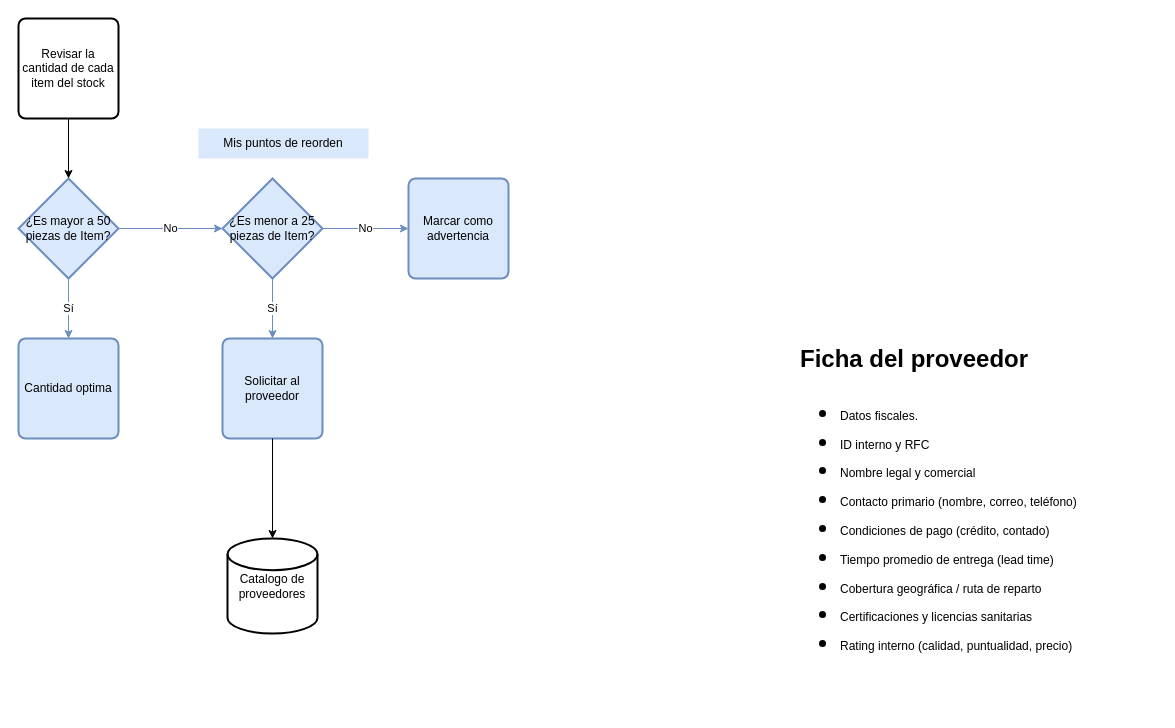
Earlier version of the draw.io diagram Módulo_Proceso_7.drawio (said-tj/Diagramas_de_flujo). Source tidied: cells renumbered, new cells numbered last; positions are measured from the earlier drawing's top-left corner, leaving out a move shared by most shapes. Both pictures are drawn from the tidied source at 100%, with x=0, y=0 at pixel (18, 18).
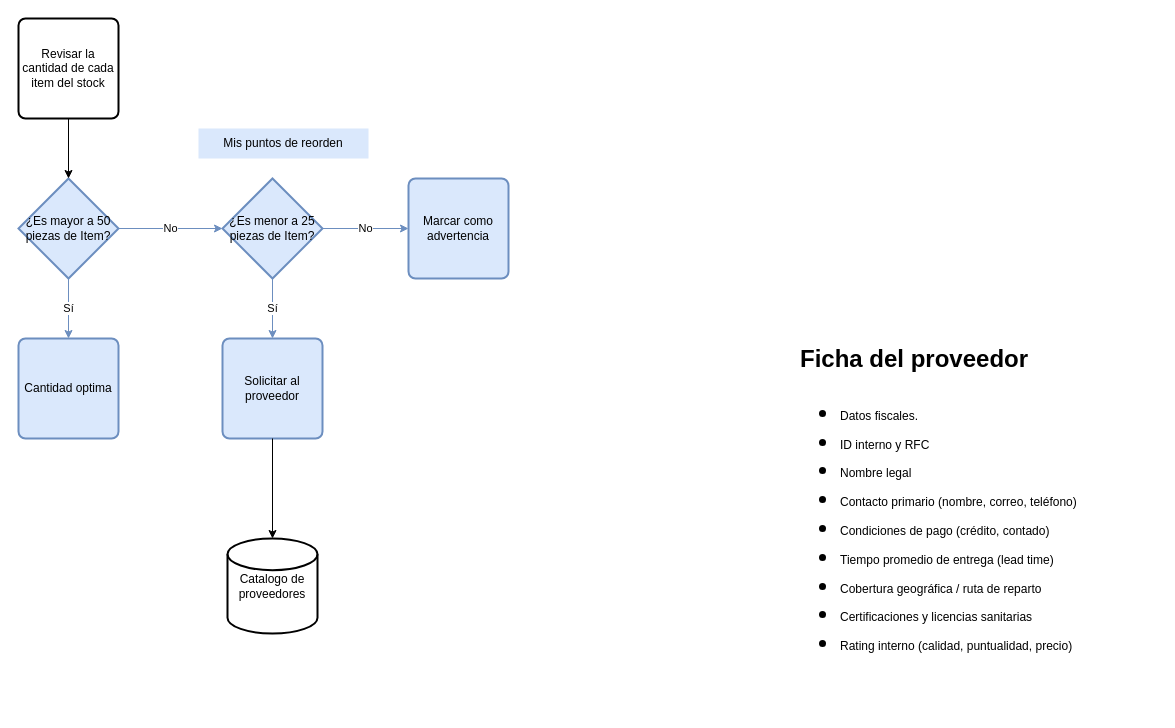
The same page after the edit.

Commit message:
Reducción de Ficha de proveedor

Diff of the diagram source:
```diff
@@
 <mxGraphModel>
   <root>
     <mxCell id="0" />
     <mxCell id="1" parent="0" />
     <mxCell id="2" value="Revisar la cantidad de cada item del stock" style="rounded=1;whiteSpace=wrap;html=1;absoluteArcSize=1;arcSize=14;strokeWidth=2;" parent="1" vertex="1">
       <mxGeometry width="100" height="100" as="geometry" />
     </mxCell>
     <mxCell id="3" value="Sí" style="edgeStyle=orthogonalEdgeStyle;rounded=0;jettySize=auto;html=1;exitX=0.5;exitY=1;exitDx=0;exitDy=0;exitPerimeter=0;entryX=0.5;entryY=0;entryDx=0;entryDy=0;fillColor=#dae8fc;strokeColor=#6c8ebf;" parent="1" edge="1" source="5" target="6">
       <mxGeometry relative="1" as="geometry" />
     </mxCell>
     <mxCell id="4" value="No" style="edgeStyle=orthogonalEdgeStyle;rounded=0;jettySize=auto;html=1;exitX=1;exitY=0.5;exitDx=0;exitDy=0;exitPerimeter=0;fillColor=#dae8fc;strokeColor=#6c8ebf;" parent="1" edge="1" source="5" target="9">
       <mxGeometry relative="1" as="geometry" />
     </mxCell>
     <mxCell id="5" value="¿Es mayor a 50 piezas de Item?" style="strokeWidth=2;html=1;shape=mxgraph.flowchart.decision;whiteSpace=wrap;fillColor=#dae8fc;strokeColor=#6c8ebf;" parent="1" vertex="1">
       <mxGeometry y="160" width="100" height="100" as="geometry" />
     </mxCell>
     <mxCell id="6" value="Cantidad optima" style="rounded=1;whiteSpace=wrap;html=1;absoluteArcSize=1;arcSize=14;strokeWidth=2;fillColor=#dae8fc;strokeColor=#6c8ebf;" parent="1" vertex="1">
       <mxGeometry y="320" width="100" height="100" as="geometry" />
     </mxCell>
     <mxCell id="7" value="Sí" style="edgeStyle=orthogonalEdgeStyle;rounded=0;jettySize=auto;html=1;exitX=0.5;exitY=1;exitDx=0;exitDy=0;exitPerimeter=0;fillColor=#dae8fc;strokeColor=#6c8ebf;" parent="1" edge="1" source="9" target="10">
       <mxGeometry relative="1" as="geometry" />
     </mxCell>
     <mxCell id="8" value="No" style="edgeStyle=orthogonalEdgeStyle;rounded=0;jettySize=auto;html=1;exitX=1;exitY=0.5;exitDx=0;exitDy=0;exitPerimeter=0;fillColor=#dae8fc;strokeColor=#6c8ebf;" parent="1" edge="1" source="9" target="11">
       <mxGeometry relative="1" as="geometry" />
     </mxCell>
     <mxCell id="9" value="¿Es menor a 25 piezas de Item?" style="strokeWidth=2;html=1;shape=mxgraph.flowchart.decision;whiteSpace=wrap;fillColor=#dae8fc;strokeColor=#6c8ebf;" parent="1" vertex="1">
       <mxGeometry x="204" y="160" width="100" height="100" as="geometry" />
     </mxCell>
     <mxCell id="10" value="Solicitar al proveedor" style="rounded=1;whiteSpace=wrap;html=1;absoluteArcSize=1;arcSize=14;strokeWidth=2;fillColor=#dae8fc;strokeColor=#6c8ebf;" parent="1" vertex="1">
       <mxGeometry x="204" y="320" width="100" height="100" as="geometry" />
     </mxCell>
     <mxCell id="11" value="Marcar como advertencia" style="rounded=1;whiteSpace=wrap;html=1;absoluteArcSize=1;arcSize=14;strokeWidth=2;fillColor=#dae8fc;strokeColor=#6c8ebf;" parent="1" vertex="1">
       <mxGeometry x="390" y="160" width="100" height="100" as="geometry" />
     </mxCell>
     <mxCell id="12" style="edgeStyle=orthogonalEdgeStyle;rounded=0;jettySize=auto;html=1;exitX=0.5;exitY=1;exitDx=0;exitDy=0;entryX=0.5;entryY=0;entryDx=0;entryDy=0;entryPerimeter=0;" parent="1" edge="1" source="2" target="5">
       <mxGeometry relative="1" as="geometry" />
     </mxCell>
     <mxCell id="13" value="Mis puntos de reorden" style="text;html=1;align=center;verticalAlign=middle;whiteSpace=wrap;rounded=0;fillColor=#dae8fc;strokeColor=none;gradientColor=none;" parent="1" vertex="1">
       <mxGeometry x="180" y="110" width="170" height="30" as="geometry" />
     </mxCell>
     <mxCell id="14" value="Catalogo de proveedores" style="strokeWidth=2;html=1;shape=mxgraph.flowchart.database;whiteSpace=wrap;" parent="1" vertex="1">
       <mxGeometry x="209" y="520" width="90" height="95" as="geometry" />
     </mxCell>
     <mxCell id="15" style="edgeStyle=orthogonalEdgeStyle;rounded=0;jettySize=auto;html=1;exitX=0.5;exitY=1;exitDx=0;exitDy=0;entryX=0.5;entryY=0;entryDx=0;entryDy=0;entryPerimeter=0;" parent="1" edge="1" source="10" target="14">
       <mxGeometry relative="1" as="geometry" />
     </mxCell>
-    <mxCell id="16" value="&lt;h1 style=&quot;margin-top: 0px;&quot;&gt;&lt;span style=&quot;background-color: transparent; color: light-dark(rgb(0, 0, 0), rgb(255, 255, 255));&quot;&gt;Ficha del proveedor&lt;/span&gt;&lt;/h1&gt;&lt;h1 style=&quot;margin-top: 0px;&quot;&gt;&lt;ul&gt;&lt;li&gt;&lt;span style=&quot;font-size: 12px; font-weight: 400;&quot;&gt;Datos fiscales.&lt;/span&gt;&lt;/li&gt;&lt;li&gt;&lt;span style=&quot;font-size: 12px; font-weight: 400;&quot;&gt;ID interno y RFC&lt;/span&gt;&lt;/li&gt;&lt;li&gt;&lt;span style=&quot;font-size: 12px; font-weight: 400;&quot;&gt;Nombre legal y comercial&lt;/span&gt;&lt;/li&gt;&lt;li&gt;&lt;span style=&quot;font-size: 12px; font-weight: 400;&quot;&gt;Contacto primario (nombre, correo, teléfono)&lt;/span&gt;&lt;/li&gt;&lt;li&gt;&lt;span style=&quot;font-size: 12px; font-weight: 400;&quot;&gt;Condiciones de pago (crédito, contado)&lt;/span&gt;&lt;/li&gt;&lt;li&gt;&lt;span style=&quot;font-size: 12px; font-weight: 400;&quot;&gt;Tiempo promedio de entrega (lead time)&lt;/span&gt;&lt;/li&gt;&lt;li&gt;&lt;span style=&quot;font-size: 12px; font-weight: 400;&quot;&gt;Cobertura geográfica / ruta de reparto&lt;/span&gt;&lt;/li&gt;&lt;li&gt;&lt;span style=&quot;font-size: 12px; font-weight: 400;&quot;&gt;Certificaciones y licencias sanitarias&lt;/span&gt;&lt;/li&gt;&lt;li&gt;&lt;span style=&quot;font-size: 12px; font-weight: 400;&quot;&gt;Rating interno (calidad, puntualidad, precio)&lt;/span&gt;&lt;/li&gt;&lt;/ul&gt;&lt;/h1&gt;" style="text;html=1;whiteSpace=wrap;overflow=hidden;rounded=0;" parent="1" vertex="1">
+    <mxCell id="16" value="&lt;h1 style=&quot;margin-top: 0px;&quot;&gt;&lt;span style=&quot;background-color: transparent; color: light-dark(rgb(0, 0, 0), rgb(255, 255, 255));&quot;&gt;Ficha del proveedor&lt;/span&gt;&lt;/h1&gt;&lt;h1 style=&quot;margin-top: 0px;&quot;&gt;&lt;ul&gt;&lt;li&gt;&lt;span style=&quot;font-size: 12px; font-weight: 400;&quot;&gt;Datos fiscales.&lt;/span&gt;&lt;/li&gt;&lt;li&gt;&lt;span style=&quot;font-size: 12px; font-weight: 400;&quot;&gt;ID interno y RFC&lt;/span&gt;&lt;/li&gt;&lt;li&gt;&lt;span style=&quot;font-size: 12px; font-weight: 400;&quot;&gt;Nombre legal&lt;/span&gt;&lt;/li&gt;&lt;li&gt;&lt;span style=&quot;font-size: 12px; font-weight: 400;&quot;&gt;Contacto primario (nombre, correo, teléfono)&lt;/span&gt;&lt;/li&gt;&lt;li&gt;&lt;span style=&quot;font-size: 12px; font-weight: 400;&quot;&gt;Condiciones de pago (crédito, contado)&lt;/span&gt;&lt;/li&gt;&lt;li&gt;&lt;span style=&quot;font-size: 12px; font-weight: 400;&quot;&gt;Tiempo promedio de entrega (lead time)&lt;/span&gt;&lt;/li&gt;&lt;li&gt;&lt;span style=&quot;font-size: 12px; font-weight: 400;&quot;&gt;Cobertura geográfica / ruta de reparto&lt;/span&gt;&lt;/li&gt;&lt;li&gt;&lt;span style=&quot;font-size: 12px; font-weight: 400;&quot;&gt;Certificaciones y licencias sanitarias&lt;/span&gt;&lt;/li&gt;&lt;li&gt;&lt;span style=&quot;font-size: 12px; font-weight: 400;&quot;&gt;Rating interno (calidad, puntualidad, precio)&lt;/span&gt;&lt;/li&gt;&lt;/ul&gt;&lt;/h1&gt;" style="text;html=1;whiteSpace=wrap;overflow=hidden;rounded=0;" parent="1" vertex="1">
       <mxGeometry x="780" y="320" width="360" height="370" as="geometry" />
     </mxCell>
   </root>
 </mxGraphModel>
```
